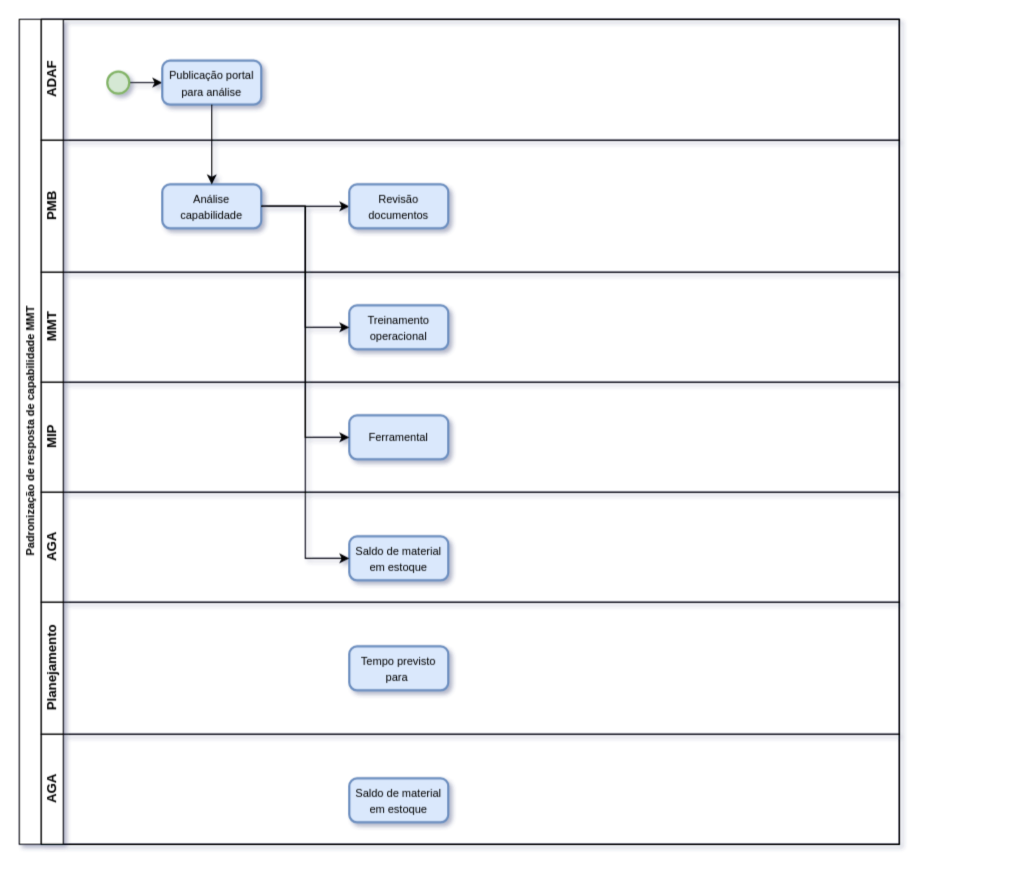
Earlier version of the draw.io diagram Untitled Diagram.drawio (Willian-BC/Draw). Source tidied: cells renumbered, new cells numbered last; positions are measured from the earlier drawing's top-left corner, leaving out a move shared by most shapes. Both pictures are drawn from the tidied source at 110%, with x=0, y=0 at pixel (19, 19).
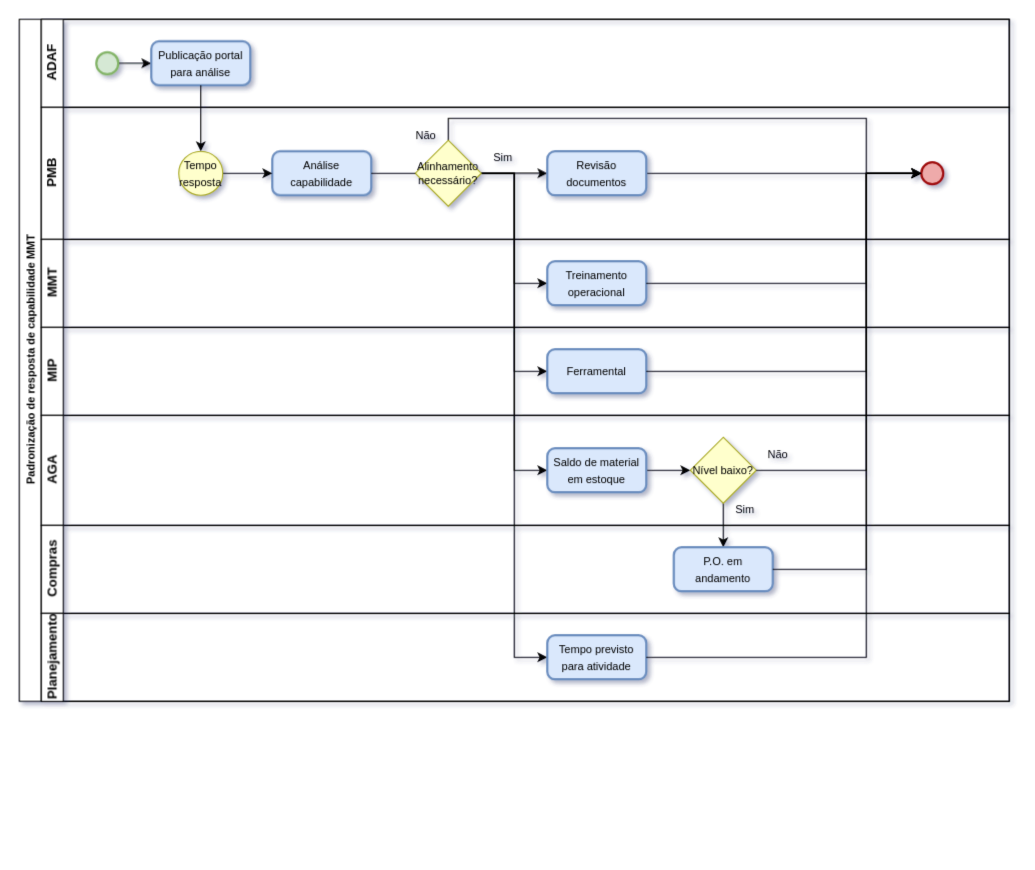
Above is the later version.

Change to the diagram source:
```diff
@@
     <mxCell id="2" value="Padronização de resposta de capabilidade MMT" style="swimlane;horizontal=0;startSize=20;html=1;rounded=0;fontSize=10;" parent="1" vertex="1">
-      <mxGeometry width="800" height="750" as="geometry" />
+      <mxGeometry width="900" height="620" as="geometry" />
     </mxCell>
     <mxCell id="3" value="ADAF" style="swimlane;startSize=20;horizontal=0;html=1;rounded=0;" parent="2" vertex="1">
-      <mxGeometry x="20" width="780" height="110" as="geometry" />
+      <mxGeometry x="20" width="880" height="80" as="geometry" />
     </mxCell>
@@
     <mxCell id="5" style="strokeWidth=2;html=1;shape=mxgraph.flowchart.start_2;whiteSpace=wrap;fillColor=#d5e8d4;strokeColor=#82b366;" parent="3" vertex="1">
-      <mxGeometry x="60" y="47.5" width="20" height="20" as="geometry" />
+      <mxGeometry x="50" y="30" width="20" height="20" as="geometry" />
     </mxCell>
     <mxCell id="6" value="&lt;span style=&quot;font-size: 10px;&quot;&gt;Publicação portal para análise&lt;br&gt;&lt;/span&gt;" style="rounded=1;whiteSpace=wrap;html=1;absoluteArcSize=1;arcSize=14;strokeWidth=2;fillColor=#dae8fc;strokeColor=#6c8ebf;" parent="3" vertex="1">
-      <mxGeometry x="110" y="37.5" width="90" height="40" as="geometry" />
+      <mxGeometry x="100" y="20" width="90" height="40" as="geometry" />
     </mxCell>
+    <mxCell id="25" style="edgeStyle=orthogonalEdgeStyle;rounded=0;jettySize=auto;html=1;exitX=1;exitY=0.5;exitDx=0;exitDy=0;entryX=0;entryY=0.5;entryDx=0;entryDy=0;fontSize=10;" parent="2" edge="1" source="36" target="13">
+      <mxGeometry relative="1" as="geometry" />
+    </mxCell>
+    <mxCell id="26" style="edgeStyle=orthogonalEdgeStyle;rounded=0;jettySize=auto;html=1;exitX=1;exitY=0.5;exitDx=0;exitDy=0;entryX=0;entryY=0.5;entryDx=0;entryDy=0;fontSize=10;" parent="2" edge="1" source="36" target="15">
+      <mxGeometry relative="1" as="geometry" />
+    </mxCell>
+    <mxCell id="27" style="edgeStyle=orthogonalEdgeStyle;rounded=0;jettySize=auto;html=1;exitX=1;exitY=0.5;exitDx=0;exitDy=0;entryX=0;entryY=0.5;entryDx=0;entryDy=0;fontSize=10;" parent="2" edge="1" source="36" target="17">
+      <mxGeometry relative="1" as="geometry" />
+    </mxCell>
+    <mxCell id="28" style="edgeStyle=orthogonalEdgeStyle;rounded=0;jettySize=auto;html=1;exitX=1;exitY=0.5;exitDx=0;exitDy=0;entryX=0;entryY=0.5;entryDx=0;entryDy=0;fontSize=10;" parent="2" edge="1" source="36" target="24">
+      <mxGeometry relative="1" as="geometry" />
+    </mxCell>
+    <mxCell id="29" style="edgeStyle=orthogonalEdgeStyle;rounded=0;jettySize=auto;html=1;exitX=0.5;exitY=1;exitDx=0;exitDy=0;entryX=0.5;entryY=0;entryDx=0;entryDy=0;fontSize=10;" parent="2" edge="1" source="6" target="34">
+      <mxGeometry relative="1" as="geometry" />
+    </mxCell>
+    <mxCell id="30" style="edgeStyle=orthogonalEdgeStyle;rounded=0;jettySize=auto;html=1;exitX=0.5;exitY=1;exitDx=0;exitDy=0;entryX=0.5;entryY=0;entryDx=0;entryDy=0;fontSize=10;" parent="2" edge="1" source="42" target="19">
+      <mxGeometry relative="1" as="geometry" />
+    </mxCell>
     <mxCell id="7" value="PMB" style="swimlane;startSize=20;horizontal=0;html=1;rounded=0;" parent="2" vertex="1">
-      <mxGeometry x="20" y="110" width="780" height="120" as="geometry" />
+      <mxGeometry x="20" y="80" width="880" height="120" as="geometry" />
     </mxCell>
-    <mxCell id="8" style="edgeStyle=orthogonalEdgeStyle;rounded=0;jettySize=auto;html=1;fontSize=10;" parent="7" edge="1" source="9" target="10">
-      <mxGeometry relative="1" as="geometry" />
-    </mxCell>
+    <mxCell id="31" style="edgeStyle=orthogonalEdgeStyle;rounded=0;jettySize=auto;html=1;exitX=1;exitY=0.5;exitDx=0;exitDy=0;entryX=0;entryY=0.5;entryDx=0;entryDy=0;fontSize=10;startArrow=none;" parent="7" edge="1" source="36" target="10">
+      <mxGeometry relative="1" as="geometry" />
+    </mxCell>
     <mxCell id="9" value="&lt;font style=&quot;font-size: 10px;&quot;&gt;Análise capabilidade&lt;/font&gt;" style="rounded=1;whiteSpace=wrap;html=1;absoluteArcSize=1;arcSize=14;strokeWidth=2;fillColor=#dae8fc;strokeColor=#6c8ebf;" parent="7" vertex="1">
-      <mxGeometry x="110" y="40" width="90" height="40" as="geometry" />
+      <mxGeometry x="210" y="40" width="90" height="40" as="geometry" />
     </mxCell>
+    <mxCell id="32" style="edgeStyle=orthogonalEdgeStyle;rounded=0;jettySize=auto;html=1;exitX=1;exitY=0.5;exitDx=0;exitDy=0;entryX=0;entryY=0.5;entryDx=0;entryDy=0;entryPerimeter=0;fontSize=10;" parent="7" edge="1" source="10" target="39">
+      <mxGeometry relative="1" as="geometry" />
+    </mxCell>
     <mxCell id="10" value="&lt;font style=&quot;font-size: 10px;&quot;&gt;Revisão documentos&lt;/font&gt;" style="rounded=1;whiteSpace=wrap;html=1;absoluteArcSize=1;arcSize=14;strokeWidth=2;fillColor=#dae8fc;strokeColor=#6c8ebf;" parent="7" vertex="1">
-      <mxGeometry x="280" y="40" width="90" height="40" as="geometry" />
+      <mxGeometry x="460" y="40" width="90" height="40" as="geometry" />
     </mxCell>
-    <mxCell id="11" style="edgeStyle=orthogonalEdgeStyle;rounded=0;jettySize=auto;html=1;fontSize=10;" parent="2" edge="1" source="6" target="9">
-      <mxGeometry relative="1" as="geometry" />
-    </mxCell>
+    <mxCell id="33" style="edgeStyle=orthogonalEdgeStyle;rounded=0;jettySize=auto;html=1;exitX=1;exitY=0.5;exitDx=0;exitDy=0;entryX=0;entryY=0.5;entryDx=0;entryDy=0;fontSize=10;" parent="7" edge="1" source="34" target="9">
+      <mxGeometry relative="1" as="geometry" />
+    </mxCell>
+    <mxCell id="34" value="&lt;font style=&quot;font-size: 10px;&quot;&gt;Tempo resposta&lt;/font&gt;" style="ellipse;whiteSpace=wrap;html=1;fillColor=#ffffcc;strokeColor=#a6a61d;" parent="7" vertex="1">
+      <mxGeometry x="125" y="40" width="40" height="40" as="geometry" />
+    </mxCell>
+    <mxCell id="35" style="edgeStyle=orthogonalEdgeStyle;rounded=0;jettySize=auto;html=1;exitX=0.5;exitY=0;exitDx=0;exitDy=0;fontSize=10;entryX=0;entryY=0.5;entryDx=0;entryDy=0;entryPerimeter=0;" parent="7" edge="1" source="36" target="39">
+      <mxGeometry relative="1" as="geometry">
+        <Array as="points">
+          <mxPoint x="370" y="10" />
+          <mxPoint x="750" y="10" />
+          <mxPoint x="750" y="60" />
+        </Array>
+      </mxGeometry>
+    </mxCell>
+    <mxCell id="36" value="Alinhamento necessário?" style="rhombus;whiteSpace=wrap;html=1;strokeColor=#a6a61d;fontSize=10;fillColor=#ffffcc;" parent="7" vertex="1">
+      <mxGeometry x="340" y="30" width="60" height="60" as="geometry" />
+    </mxCell>
+    <mxCell id="37" style="edgeStyle=orthogonalEdgeStyle;rounded=0;jettySize=auto;html=1;exitX=1;exitY=0.5;exitDx=0;exitDy=0;entryX=0;entryY=0.5;entryDx=0;entryDy=0;fontSize=10;endArrow=none;" parent="7" edge="1" source="9" target="36">
+      <mxGeometry relative="1" as="geometry" />
+    </mxCell>
+    <mxCell id="38" value="Sim" style="text;html=1;strokeColor=none;fillColor=none;align=center;verticalAlign=middle;whiteSpace=wrap;rounded=0;fontSize=10;" parent="7" vertex="1">
+      <mxGeometry x="390" y="30" width="60" height="30" as="geometry" />
+    </mxCell>
+    <mxCell id="39" style="strokeWidth=2;html=1;shape=mxgraph.flowchart.start_2;whiteSpace=wrap;fillColor=#eeaaaa;strokeColor=#9f0d0d;" parent="7" vertex="1">
+      <mxGeometry x="800" y="50" width="20" height="20" as="geometry" />
+    </mxCell>
+    <mxCell id="40" value="Não" style="text;html=1;strokeColor=none;fillColor=none;align=center;verticalAlign=middle;whiteSpace=wrap;rounded=0;fontSize=10;" parent="7" vertex="1">
+      <mxGeometry x="320" y="10" width="60" height="30" as="geometry" />
+    </mxCell>
     <mxCell id="12" value="MMT" style="swimlane;startSize=20;horizontal=0;html=1;rounded=0;" parent="2" vertex="1">
-      <mxGeometry x="20" y="230" width="780" height="100" as="geometry" />
+      <mxGeometry x="20" y="200" width="880" height="80" as="geometry" />
     </mxCell>
     <mxCell id="13" value="&lt;font style=&quot;font-size: 10px;&quot;&gt;Treinamento operacional&lt;/font&gt;" style="rounded=1;whiteSpace=wrap;html=1;absoluteArcSize=1;arcSize=14;strokeWidth=2;fillColor=#dae8fc;strokeColor=#6c8ebf;" parent="12" vertex="1">
-      <mxGeometry x="280" y="30" width="90" height="40" as="geometry" />
+      <mxGeometry x="460" y="20" width="90" height="40" as="geometry" />
     </mxCell>
     <mxCell id="14" value="MIP" style="swimlane;startSize=20;horizontal=0;html=1;rounded=0;" parent="2" vertex="1">
-      <mxGeometry x="20" y="330" width="780" height="100" as="geometry" />
+      <mxGeometry x="20" y="280" width="880" height="80" as="geometry" />
     </mxCell>
     <mxCell id="15" value="&lt;font style=&quot;font-size: 10px;&quot;&gt;Ferramental&lt;/font&gt;" style="rounded=1;whiteSpace=wrap;html=1;absoluteArcSize=1;arcSize=14;strokeWidth=2;fillColor=#dae8fc;strokeColor=#6c8ebf;" parent="14" vertex="1">
-      <mxGeometry x="280" y="30" width="90" height="40" as="geometry" />
+      <mxGeometry x="460" y="20" width="90" height="40" as="geometry" />
     </mxCell>
     <mxCell id="16" value="AGA" style="swimlane;startSize=20;horizontal=0;html=1;rounded=0;" parent="2" vertex="1">
-      <mxGeometry x="20" y="430" width="780" height="100" as="geometry" />
+      <mxGeometry x="20" y="360" width="880" height="100" as="geometry" />
     </mxCell>
+    <mxCell id="41" style="edgeStyle=orthogonalEdgeStyle;rounded=0;jettySize=auto;html=1;exitX=1;exitY=0.5;exitDx=0;exitDy=0;entryX=0;entryY=0.5;entryDx=0;entryDy=0;fontSize=10;" parent="16" edge="1" source="17" target="42">
+      <mxGeometry relative="1" as="geometry" />
+    </mxCell>
     <mxCell id="17" value="&lt;font style=&quot;font-size: 10px;&quot;&gt;Saldo de material em estoque&lt;/font&gt;" style="rounded=1;whiteSpace=wrap;html=1;absoluteArcSize=1;arcSize=14;strokeWidth=2;fillColor=#dae8fc;strokeColor=#6c8ebf;" parent="16" vertex="1">
-      <mxGeometry x="280" y="40" width="90" height="40" as="geometry" />
+      <mxGeometry x="460" y="30" width="90" height="40" as="geometry" />
     </mxCell>
+    <mxCell id="42" value="Nível baixo?" style="rhombus;whiteSpace=wrap;html=1;strokeColor=#a6a61d;fontSize=10;fillColor=#ffffcc;" parent="16" vertex="1">
+      <mxGeometry x="590" y="20" width="60" height="60" as="geometry" />
+    </mxCell>
+    <mxCell id="43" value="Não" style="text;html=1;strokeColor=none;fillColor=none;align=center;verticalAlign=middle;whiteSpace=wrap;rounded=0;fontSize=10;" parent="16" vertex="1">
+      <mxGeometry x="640" y="20" width="60" height="30" as="geometry" />
+    </mxCell>
+    <mxCell id="44" value="Sim" style="text;html=1;strokeColor=none;fillColor=none;align=center;verticalAlign=middle;whiteSpace=wrap;rounded=0;fontSize=10;" parent="16" vertex="1">
+      <mxGeometry x="610" y="70" width="60" height="30" as="geometry" />
+    </mxCell>
-    <mxCell id="18" value="Planejamento" style="swimlane;startSize=20;horizontal=0;html=1;rounded=0;" parent="2" vertex="1">
-      <mxGeometry x="20" y="530" width="780" height="120" as="geometry" />
+    <mxCell id="18" value="Compras" style="swimlane;startSize=20;horizontal=0;html=1;rounded=0;" parent="2" vertex="1">
+      <mxGeometry x="20" y="460" width="880" height="80" as="geometry" />
     </mxCell>
-    <mxCell id="19" value="&lt;span style=&quot;font-size: 10px;&quot;&gt;Tempo previsto para&amp;nbsp;&lt;/span&gt;" style="rounded=1;whiteSpace=wrap;html=1;absoluteArcSize=1;arcSize=14;strokeWidth=2;fillColor=#dae8fc;strokeColor=#6c8ebf;" parent="18" vertex="1">
-      <mxGeometry x="280" y="40" width="90" height="40" as="geometry" />
+    <mxCell id="19" value="&lt;span style=&quot;font-size: 10px;&quot;&gt;P.O. em andamento&lt;/span&gt;" style="rounded=1;whiteSpace=wrap;html=1;absoluteArcSize=1;arcSize=14;strokeWidth=2;fillColor=#dae8fc;strokeColor=#6c8ebf;" parent="18" vertex="1">
+      <mxGeometry x="575" y="20" width="90" height="40" as="geometry" />
     </mxCell>
-    <mxCell id="20" style="edgeStyle=orthogonalEdgeStyle;rounded=0;jettySize=auto;html=1;fontSize=10;entryX=0;entryY=0.5;entryDx=0;entryDy=0;exitX=1;exitY=0.5;exitDx=0;exitDy=0;" parent="2" edge="1" source="9" target="13">
-      <mxGeometry relative="1" as="geometry" />
-    </mxCell>
-    <mxCell id="21" style="edgeStyle=orthogonalEdgeStyle;rounded=0;jettySize=auto;html=1;fontSize=10;entryX=0;entryY=0.5;entryDx=0;entryDy=0;exitX=1;exitY=0.5;exitDx=0;exitDy=0;" parent="2" edge="1" source="9" target="15">
-      <mxGeometry relative="1" as="geometry" />
-    </mxCell>
-    <mxCell id="22" style="edgeStyle=orthogonalEdgeStyle;rounded=0;jettySize=auto;html=1;fontSize=10;entryX=0;entryY=0.5;entryDx=0;entryDy=0;exitX=1;exitY=0.5;exitDx=0;exitDy=0;" parent="2" edge="1" source="9" target="17">
-      <mxGeometry relative="1" as="geometry" />
-    </mxCell>
-    <mxCell id="23" value="AGA" style="swimlane;startSize=20;horizontal=0;html=1;rounded=0;" parent="2" vertex="1">
-      <mxGeometry x="20" y="650" width="780" height="100" as="geometry" />
+    <mxCell id="23" value="Planejamento" style="swimlane;startSize=20;horizontal=0;html=1;rounded=0;" parent="2" vertex="1">
+      <mxGeometry x="20" y="540" width="880" height="80" as="geometry" />
     </mxCell>
-    <mxCell id="24" value="&lt;font style=&quot;font-size: 10px;&quot;&gt;Saldo de material em estoque&lt;/font&gt;" style="rounded=1;whiteSpace=wrap;html=1;absoluteArcSize=1;arcSize=14;strokeWidth=2;fillColor=#dae8fc;strokeColor=#6c8ebf;" parent="23" vertex="1">
-      <mxGeometry x="280" y="40" width="90" height="40" as="geometry" />
+    <mxCell id="24" value="&lt;span style=&quot;font-size: 10px;&quot;&gt;Tempo previsto para atividade&lt;/span&gt;" style="rounded=1;whiteSpace=wrap;html=1;absoluteArcSize=1;arcSize=14;strokeWidth=2;fillColor=#dae8fc;strokeColor=#6c8ebf;" parent="23" vertex="1">
+      <mxGeometry x="460" y="20" width="90" height="40" as="geometry" />
     </mxCell>
+    <mxCell id="45" style="edgeStyle=orthogonalEdgeStyle;rounded=0;jettySize=auto;html=1;exitX=1;exitY=0.5;exitDx=0;exitDy=0;entryX=0;entryY=0.5;entryDx=0;entryDy=0;entryPerimeter=0;fontSize=10;" parent="2" edge="1" source="13" target="39">
+      <mxGeometry relative="1" as="geometry">
+        <Array as="points">
+          <mxPoint x="770" y="240" />
+          <mxPoint x="770" y="140" />
+        </Array>
+      </mxGeometry>
+    </mxCell>
+    <mxCell id="46" style="edgeStyle=orthogonalEdgeStyle;rounded=0;jettySize=auto;html=1;exitX=1;exitY=0.5;exitDx=0;exitDy=0;entryX=0;entryY=0.5;entryDx=0;entryDy=0;entryPerimeter=0;fontSize=10;" parent="2" edge="1" source="15" target="39">
+      <mxGeometry relative="1" as="geometry">
+        <Array as="points">
+          <mxPoint x="770" y="320" />
+          <mxPoint x="770" y="140" />
+        </Array>
+      </mxGeometry>
+    </mxCell>
+    <mxCell id="47" style="edgeStyle=orthogonalEdgeStyle;rounded=0;jettySize=auto;html=1;exitX=1;exitY=0.5;exitDx=0;exitDy=0;fontSize=10;entryX=0;entryY=0.5;entryDx=0;entryDy=0;entryPerimeter=0;" parent="2" edge="1" source="42" target="39">
+      <mxGeometry relative="1" as="geometry">
+        <Array as="points">
+          <mxPoint x="770" y="410" />
+          <mxPoint x="770" y="140" />
+        </Array>
+      </mxGeometry>
+    </mxCell>
+    <mxCell id="48" style="edgeStyle=orthogonalEdgeStyle;rounded=0;jettySize=auto;html=1;exitX=1;exitY=0.5;exitDx=0;exitDy=0;fontSize=10;entryX=0;entryY=0.5;entryDx=0;entryDy=0;entryPerimeter=0;" parent="2" edge="1" source="19" target="39">
+      <mxGeometry relative="1" as="geometry">
+        <Array as="points">
+          <mxPoint x="770" y="500" />
+          <mxPoint x="770" y="140" />
+        </Array>
+      </mxGeometry>
+    </mxCell>
+    <mxCell id="49" style="edgeStyle=orthogonalEdgeStyle;rounded=0;jettySize=auto;html=1;exitX=1;exitY=0.5;exitDx=0;exitDy=0;fontSize=10;entryX=0;entryY=0.5;entryDx=0;entryDy=0;entryPerimeter=0;" parent="2" edge="1" source="24" target="39">
+      <mxGeometry relative="1" as="geometry">
+        <Array as="points">
+          <mxPoint x="770" y="580" />
+          <mxPoint x="770" y="140" />
+        </Array>
+      </mxGeometry>
+    </mxCell>
```
